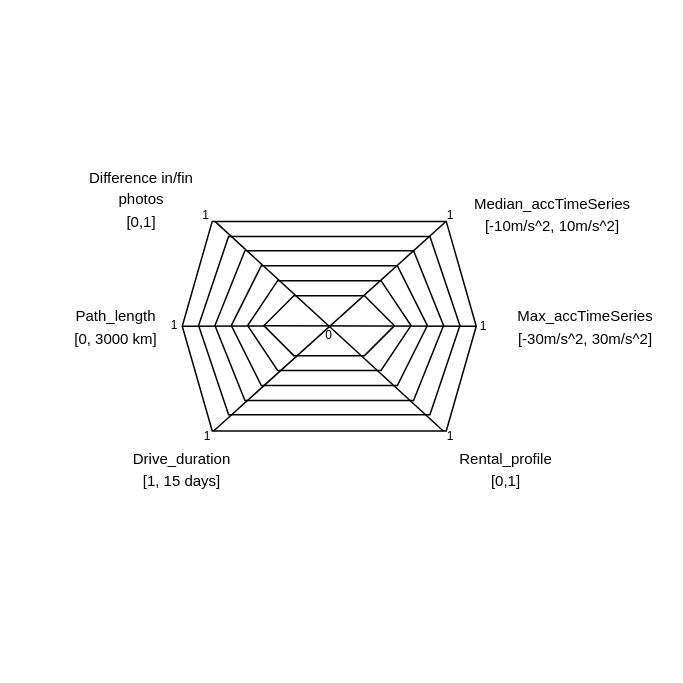
Before: check_coverage.drawio in BaffoBello14/AutomaticDamagesRecognition, a draw.io diagram. Source tidied: cells renumbered, new cells numbered last; positions are measured from the earlier drawing's top-left corner, leaving out a move shared by most shapes. Both pictures are drawn from the tidied source at 150%, with x=0, y=0 at pixel (70, 176).
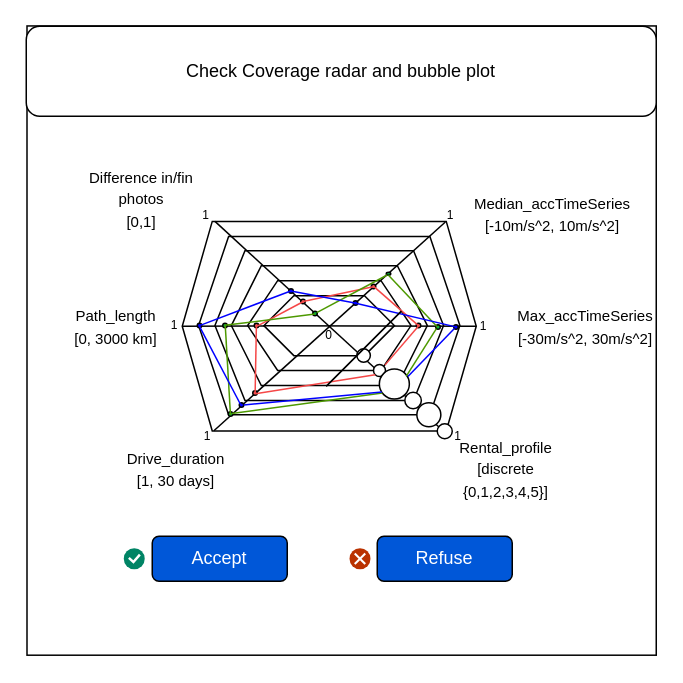
After the change.

The change refers to these unchanged cells:
```xml
<mxCell id="10" style="shape=hexagon;perimeter=hexagonPerimeter2;whiteSpace=wrap;html=1;fixedSize=1;" parent="8" vertex="1">
  <mxGeometry x="10.9" y="10" width="174.2" height="118.9" as="geometry" />
</mxCell>
<mxCell id="19" value="&lt;font style=&quot;font-size: 8px;&quot;&gt;0&lt;/font&gt;" style="text;html=1;strokeColor=none;fillColor=none;align=center;verticalAlign=middle;whiteSpace=wrap;rounded=0;" parent="8" vertex="1">
  <mxGeometry x="68" y="59.4" width="60" height="30" as="geometry" />
</mxCell>
<mxCell id="21" value="&lt;font style=&quot;font-size: 8px;&quot;&gt;1&lt;/font&gt;" style="text;html=1;strokeColor=none;fillColor=none;align=center;verticalAlign=middle;whiteSpace=wrap;rounded=0;" parent="8" vertex="1">
  <mxGeometry x="-13.4" y="126.9" width="60" height="30" as="geometry" />
</mxCell>
<mxCell id="22" value="&lt;font style=&quot;font-size: 8px;&quot;&gt;1&lt;/font&gt;" style="text;html=1;strokeColor=none;fillColor=none;align=center;verticalAlign=middle;whiteSpace=wrap;rounded=0;" parent="1" vertex="1">
  <mxGeometry x="245" y="84.1" width="60" height="30" as="geometry" />
</mxCell>
```

Diff of the diagram source:
```diff
@@
+    <mxCell id="26" style="whiteSpace=wrap;html=1;" parent="1" vertex="1">
+      <mxGeometry x="-29.5" y="-100.2" width="419.5" height="419.5" as="geometry" />
+    </mxCell>
@@
-    <mxCell id="3" value="&lt;font style=&quot;font-size: 10px;&quot;&gt;Median_accTimeSeries&lt;br&gt;[-10m/s^2, 10m/s^2]&lt;br&gt;&lt;/font&gt;" style="text;html=1;strokeColor=none;fillColor=none;align=center;verticalAlign=middle;whiteSpace=wrap;rounded=0;" parent="1" vertex="1">
-      <mxGeometry x="286.4" y="10" width="70" height="30" as="geometry" />
-    </mxCell>
-    <mxCell id="4" value="&lt;font style=&quot;font-size: 10px;&quot;&gt;Drive_duration&lt;br&gt;[1, 15 days]&lt;br&gt;&lt;/font&gt;" style="text;html=1;strokeColor=none;fillColor=none;align=center;verticalAlign=middle;whiteSpace=wrap;rounded=0;" parent="1" vertex="1">
-      <mxGeometry x="44" y="180" width="60" height="30" as="geometry" />
-    </mxCell>
@@
-    <mxCell id="7" value="&lt;font style=&quot;font-size: 10px;&quot;&gt;Rental_profile&lt;br&gt;[0,1]&lt;br&gt;&lt;/font&gt;" style="text;html=1;strokeColor=none;fillColor=none;align=center;verticalAlign=middle;whiteSpace=wrap;rounded=0;" parent="1" vertex="1">
-      <mxGeometry x="260" y="180" width="60" height="30" as="geometry" />
-    </mxCell>
-    <mxCell id="8" style="group;" parent="1" vertex="1">
+    <mxCell id="8" style="group;fillColor=#ffffff;strokeColor=none;strokeWidth=0;" parent="1" vertex="1">
       <mxGeometry x="74" y="30.1" width="212.4" height="158.9" as="geometry" />
     </mxCell>
@@
     <mxCell id="20" value="&lt;font style=&quot;font-size: 8px;&quot;&gt;1&lt;/font&gt;" style="text;html=1;strokeColor=none;fillColor=none;align=center;verticalAlign=middle;whiteSpace=wrap;rounded=0;" parent="8" vertex="1">
-      <mxGeometry x="149.4" y="126.9" width="60" height="30" as="geometry" />
+      <mxGeometry x="154.4" y="126.9" width="60" height="30" as="geometry" />
     </mxCell>
@@
+    <mxCell id="27" style="ellipse;whiteSpace=wrap;html=1;" parent="8" vertex="1">
+      <mxGeometry x="148.4" y="113.9" width="11" height="11" as="geometry" />
+    </mxCell>
+    <mxCell id="28" style="ellipse;whiteSpace=wrap;html=1;" parent="8" vertex="1">
+      <mxGeometry x="127.5" y="95.4" width="8" height="8" as="geometry" />
+    </mxCell>
+    <mxCell id="29" style="ellipse;whiteSpace=wrap;html=1;" parent="8" vertex="1">
+      <mxGeometry x="131.4" y="98.4" width="20" height="20" as="geometry" />
+    </mxCell>
+    <mxCell id="30" style="ellipse;whiteSpace=wrap;html=1;fillColor=#09B33C;" parent="8" vertex="1">
+      <mxGeometry x="30.7" y="126.9" width="3" height="3" as="geometry" />
+    </mxCell>
+    <mxCell id="31" style="endArrow=none;html=1;rounded=0;entryX=0.101;entryY=0.802;entryDx=0;entryDy=0;entryPerimeter=0;exitX=0.774;exitY=0.037;exitDx=0;exitDy=0;exitPerimeter=0;strokeColor=#4D9900;" parent="8" edge="1" source="21" target="29">
+      <mxGeometry relative="1" as="geometry" />
+    </mxCell>
@@
+    <mxCell id="32" style="ellipse;whiteSpace=wrap;html=1;" parent="1" vertex="1">
+      <mxGeometry x="230.4" y="151" width="16" height="16" as="geometry" />
+    </mxCell>
+    <mxCell id="33" style="ellipse;whiteSpace=wrap;html=1;" parent="1" vertex="1">
+      <mxGeometry x="190.4" y="115" width="9" height="9" as="geometry" />
+    </mxCell>
+    <mxCell id="34" style="ellipse;whiteSpace=wrap;html=1;fillColor=#f45d5d;" parent="1" vertex="1">
+      <mxGeometry x="122" y="98" width="3" height="3" as="geometry" />
+    </mxCell>
+    <mxCell id="35" style="ellipse;whiteSpace=wrap;html=1;fillColor=#f45d5d;" parent="1" vertex="1">
+      <mxGeometry x="121" y="143" width="3" height="3" as="geometry" />
+    </mxCell>
+    <mxCell id="36" style="ellipse;whiteSpace=wrap;html=1;fillColor=#f45d5d;" parent="1" vertex="1">
+      <mxGeometry x="153" y="82" width="3" height="3" as="geometry" />
+    </mxCell>
+    <mxCell id="37" style="ellipse;whiteSpace=wrap;html=1;fillColor=#f45d5d;" parent="1" vertex="1">
+      <mxGeometry x="200" y="72" width="3" height="3" as="geometry" />
+    </mxCell>
+    <mxCell id="38" style="ellipse;whiteSpace=wrap;html=1;fillColor=#f45d5d;" parent="1" vertex="1">
+      <mxGeometry x="230" y="98" width="3" height="3" as="geometry" />
+    </mxCell>
+    <mxCell id="39" style="endArrow=none;html=1;rounded=0;entryX=0.481;entryY=0.452;entryDx=0;entryDy=0;exitX=0.528;exitY=0.664;exitDx=0;exitDy=0;exitPerimeter=0;entryPerimeter=0;strokeColor=#F54747;" parent="1" edge="1" source="35" target="34">
+      <mxGeometry relative="1" as="geometry" />
+    </mxCell>
+    <mxCell id="40" style="endArrow=none;html=1;rounded=0;exitX=0.588;exitY=0.649;exitDx=0;exitDy=0;exitPerimeter=0;entryX=0;entryY=1;entryDx=0;entryDy=0;strokeColor=#F54747;" parent="1" edge="1" source="35" target="28">
+      <mxGeometry relative="1" as="geometry" />
+    </mxCell>
+    <mxCell id="41" style="endArrow=none;html=1;rounded=0;entryX=0.514;entryY=0.628;entryDx=0;entryDy=0;entryPerimeter=0;exitX=0.952;exitY=0.052;exitDx=0;exitDy=0;exitPerimeter=0;strokeColor=#F54747;" parent="1" edge="1" source="28" target="38">
+      <mxGeometry relative="1" as="geometry" />
+    </mxCell>
+    <mxCell id="42" style="endArrow=none;html=1;rounded=0;entryX=0.514;entryY=0.557;entryDx=0;entryDy=0;entryPerimeter=0;exitX=0.646;exitY=0.64;exitDx=0;exitDy=0;exitPerimeter=0;strokeColor=#F54747;" parent="1" edge="1" source="34" target="36">
+      <mxGeometry relative="1" as="geometry" />
+    </mxCell>
+    <mxCell id="43" style="endArrow=none;html=1;rounded=0;exitX=0.523;exitY=0.483;exitDx=0;exitDy=0;exitPerimeter=0;entryX=0.423;entryY=0.55;entryDx=0;entryDy=0;entryPerimeter=0;strokeColor=#F54747;" parent="1" edge="1" source="36" target="37">
+      <mxGeometry relative="1" as="geometry" />
+    </mxCell>
+    <mxCell id="4" value="&lt;font style=&quot;font-size: 10px;&quot;&gt;Drive_duration&lt;br&gt;[1, 30 days]&lt;br&gt;&lt;/font&gt;" style="text;html=1;strokeColor=none;fillColor=none;align=center;verticalAlign=middle;whiteSpace=wrap;rounded=0;" parent="1" vertex="1">
+      <mxGeometry x="39.5" y="180" width="60" height="30" as="geometry" />
+    </mxCell>
+    <mxCell id="3" value="&lt;font style=&quot;font-size: 10px;&quot;&gt;Median_accTimeSeries&lt;br&gt;[-10m/s^2, 10m/s^2]&lt;br&gt;&lt;/font&gt;" style="text;html=1;strokeColor=none;fillColor=none;align=center;verticalAlign=middle;whiteSpace=wrap;rounded=0;" parent="1" vertex="1">
+      <mxGeometry x="286.4" y="10" width="70" height="30" as="geometry" />
+    </mxCell>
+    <mxCell id="7" value="&lt;font style=&quot;font-size: 10px;&quot;&gt;Rental_profile&lt;br&gt;[discrete {0,1,2,3,4,5}]&lt;br&gt;&lt;/font&gt;" style="text;html=1;strokeColor=none;fillColor=none;align=center;verticalAlign=middle;whiteSpace=wrap;rounded=0;" parent="1" vertex="1">
+      <mxGeometry x="260" y="180" width="60" height="30" as="geometry" />
+    </mxCell>
+    <mxCell id="44" style="endArrow=none;html=1;rounded=0;entryX=0.597;entryY=0.536;entryDx=0;entryDy=0;entryPerimeter=0;exitX=0.553;exitY=0.573;exitDx=0;exitDy=0;exitPerimeter=0;strokeColor=#F54747;" parent="1" edge="1" source="38" target="37">
+      <mxGeometry relative="1" as="geometry" />
+    </mxCell>
+    <mxCell id="45" style="ellipse;whiteSpace=wrap;html=1;fillColor=#09B33C;" parent="1" vertex="1">
+      <mxGeometry x="101" y="98" width="3" height="3" as="geometry" />
+    </mxCell>
+    <mxCell id="46" style="ellipse;whiteSpace=wrap;html=1;fillColor=#09B33C;" parent="1" vertex="1">
+      <mxGeometry x="161" y="90" width="3" height="3" as="geometry" />
+    </mxCell>
+    <mxCell id="47" style="ellipse;whiteSpace=wrap;html=1;fillColor=#09b33c;" parent="1" vertex="1">
+      <mxGeometry x="210" y="64" width="3" height="2" as="geometry" />
+    </mxCell>
+    <mxCell id="48" style="ellipse;whiteSpace=wrap;html=1;fillColor=#09b33c;" parent="1" vertex="1">
+      <mxGeometry x="243" y="99" width="3" height="3" as="geometry" />
+    </mxCell>
+    <mxCell id="49" style="endArrow=none;html=1;rounded=0;exitX=0.448;exitY=0.468;exitDx=0;exitDy=0;exitPerimeter=0;entryX=0.483;entryY=0.593;entryDx=0;entryDy=0;entryPerimeter=0;strokeColor=#4D9900;" parent="1" edge="1" source="45" target="46">
+      <mxGeometry relative="1" as="geometry" />
+    </mxCell>
+    <mxCell id="50" style="endArrow=none;html=1;rounded=0;exitX=0.361;exitY=0.047;exitDx=0;exitDy=0;exitPerimeter=0;entryX=0;entryY=1;entryDx=0;entryDy=0;strokeColor=#4D9900;" parent="1" edge="1" source="19" target="47">
+      <mxGeometry relative="1" as="geometry" />
+    </mxCell>
+    <mxCell id="51" style="endArrow=none;html=1;rounded=0;entryX=-0.015;entryY=0.546;entryDx=0;entryDy=0;entryPerimeter=0;exitX=0.5;exitY=1;exitDx=0;exitDy=0;strokeColor=#4D9900;" parent="1" edge="1" source="47" target="22">
+      <mxGeometry relative="1" as="geometry" />
+    </mxCell>
+    <mxCell id="52" style="endArrow=none;html=1;rounded=0;entryX=0.559;entryY=0.532;entryDx=0;entryDy=0;entryPerimeter=0;exitX=0.122;exitY=1.001;exitDx=0;exitDy=0;exitPerimeter=0;strokeColor=#4D9900;" parent="1" edge="1" source="10" target="45">
+      <mxGeometry relative="1" as="geometry" />
+    </mxCell>
+    <mxCell id="53" style="endArrow=none;html=1;rounded=0;entryX=0;entryY=1;entryDx=0;entryDy=0;exitX=0.894;exitY=0.247;exitDx=0;exitDy=0;exitPerimeter=0;strokeColor=#4D9900;" parent="1" edge="1" source="29" target="48">
+      <mxGeometry relative="1" as="geometry" />
+    </mxCell>
+    <mxCell id="54" style="ellipse;whiteSpace=wrap;html=1;fillColor=#0000FF;" parent="1" vertex="1">
+      <mxGeometry x="84" y="98" width="3" height="3" as="geometry" />
+    </mxCell>
+    <mxCell id="55" style="ellipse;whiteSpace=wrap;html=1;fillColor=#0000FF;" parent="1" vertex="1">
+      <mxGeometry x="145" y="75" width="3" height="3" as="geometry" />
+    </mxCell>
+    <mxCell id="56" style="ellipse;whiteSpace=wrap;html=1;fillColor=#0000FF;" parent="1" vertex="1">
+      <mxGeometry x="188" y="83" width="3" height="3" as="geometry" />
+    </mxCell>
+    <mxCell id="57" style="ellipse;whiteSpace=wrap;html=1;fillColor=#0000ff;" parent="1" vertex="1">
+      <mxGeometry x="255" y="99" width="3" height="3" as="geometry" />
+    </mxCell>
+    <mxCell id="58" style="ellipse;whiteSpace=wrap;html=1;fillColor=#0000FF;" parent="1" vertex="1">
+      <mxGeometry x="112" y="151" width="3" height="3" as="geometry" />
+    </mxCell>
+    <mxCell id="59" style="endArrow=none;html=1;rounded=0;entryX=0.432;entryY=0.487;entryDx=0;entryDy=0;entryPerimeter=0;exitX=0.642;exitY=0.463;exitDx=0;exitDy=0;exitPerimeter=0;strokeColor=#0000FF;" parent="1" edge="1" source="54" target="55">
+      <mxGeometry relative="1" as="geometry" />
+    </mxCell>
+    <mxCell id="60" style="endArrow=none;html=1;rounded=0;entryX=0.37;entryY=0.481;entryDx=0;entryDy=0;entryPerimeter=0;exitX=0.432;exitY=0.487;exitDx=0;exitDy=0;exitPerimeter=0;strokeColor=#0000FF;" parent="1" edge="1" source="55" target="56">
+      <mxGeometry relative="1" as="geometry" />
+    </mxCell>
+    <mxCell id="61" style="endArrow=none;html=1;rounded=0;entryX=0.434;entryY=0.469;entryDx=0;entryDy=0;exitX=0.563;exitY=0.577;exitDx=0;exitDy=0;exitPerimeter=0;entryPerimeter=0;strokeColor=#0000FF;" parent="1" edge="1" source="56" target="57">
+      <mxGeometry relative="1" as="geometry" />
+    </mxCell>
+    <mxCell id="62" style="endArrow=none;html=1;rounded=0;entryX=0.497;entryY=0.705;entryDx=0;entryDy=0;entryPerimeter=0;exitX=0.354;exitY=0.502;exitDx=0;exitDy=0;exitPerimeter=0;strokeColor=#0000FF;" parent="1" edge="1" source="58" target="54">
+      <mxGeometry relative="1" as="geometry" />
+    </mxCell>
+    <mxCell id="63" style="endArrow=none;html=1;rounded=0;entryX=0.083;entryY=0.769;entryDx=0;entryDy=0;entryPerimeter=0;exitX=1;exitY=0.5;exitDx=0;exitDy=0;strokeColor=#0000FF;" parent="1" edge="1" source="58" target="29">
+      <mxGeometry relative="1" as="geometry" />
+    </mxCell>
+    <mxCell id="64" style="endArrow=none;html=1;rounded=0;" parent="1" edge="1">
+      <mxGeometry relative="1" as="geometry">
+        <mxPoint x="170" y="140" as="sourcePoint" />
+        <mxPoint x="220" y="90" as="targetPoint" />
+      </mxGeometry>
+    </mxCell>
+    <mxCell id="65" style="endArrow=none;html=1;rounded=0;" parent="1" edge="1">
+      <mxGeometry relative="1" as="geometry">
+        <mxPoint x="170" y="140" as="sourcePoint" />
+        <mxPoint x="220" y="90" as="targetPoint" />
+      </mxGeometry>
+    </mxCell>
+    <mxCell id="66" style="endArrow=none;html=1;rounded=0;entryX=0;entryY=1;entryDx=0;entryDy=0;exitX=0.952;exitY=0.25;exitDx=0;exitDy=0;exitPerimeter=0;strokeColor=#0000FF;" parent="1" edge="1" source="29" target="57">
+      <mxGeometry relative="1" as="geometry" />
+    </mxCell>
+    <mxCell id="67" style="ellipse;whiteSpace=wrap;html=1;" parent="1" vertex="1">
+      <mxGeometry x="244" y="165" width="10" height="10" as="geometry" />
+    </mxCell>
+    <mxCell id="68" value="Check Coverage radar and bubble plot" style="rounded=1;whiteSpace=wrap;html=1;" parent="1" vertex="1">
+      <mxGeometry x="-30" y="-100" width="420" height="60" as="geometry" />
+    </mxCell>
+    <mxCell id="69" value="Accept" style="rounded=1;whiteSpace=wrap;html=1;fillColor=#0057D8;fontColor=#FFFFFF;" parent="1" vertex="1">
+      <mxGeometry x="54" y="240" width="90" height="30" as="geometry" />
+    </mxCell>
+    <mxCell id="70" value="Refuse" style="rounded=1;whiteSpace=wrap;html=1;fillColor=#0057D8;fontColor=#FFFFFF;" parent="1" vertex="1">
+      <mxGeometry x="204" y="240" width="90" height="30" as="geometry" />
+    </mxCell>
+    <mxCell id="71" style="html=1;shadow=0;dashed=0;shape=mxgraph.atlassian.close;fillColor=#BA3200;strokeColor=none;html=1;sketch=0;" parent="1" vertex="1">
+      <mxGeometry x="185.5" y="248" width="14" height="14" as="geometry" />
+    </mxCell>
+    <mxCell id="72" style="html=1;shadow=0;dashed=0;shape=mxgraph.atlassian.checkbox;fillColor=#008465;strokeColor=none;html=1;sketch=0;" parent="1" vertex="1">
+      <mxGeometry x="35" y="248" width="14" height="14" as="geometry" />
+    </mxCell>
```
